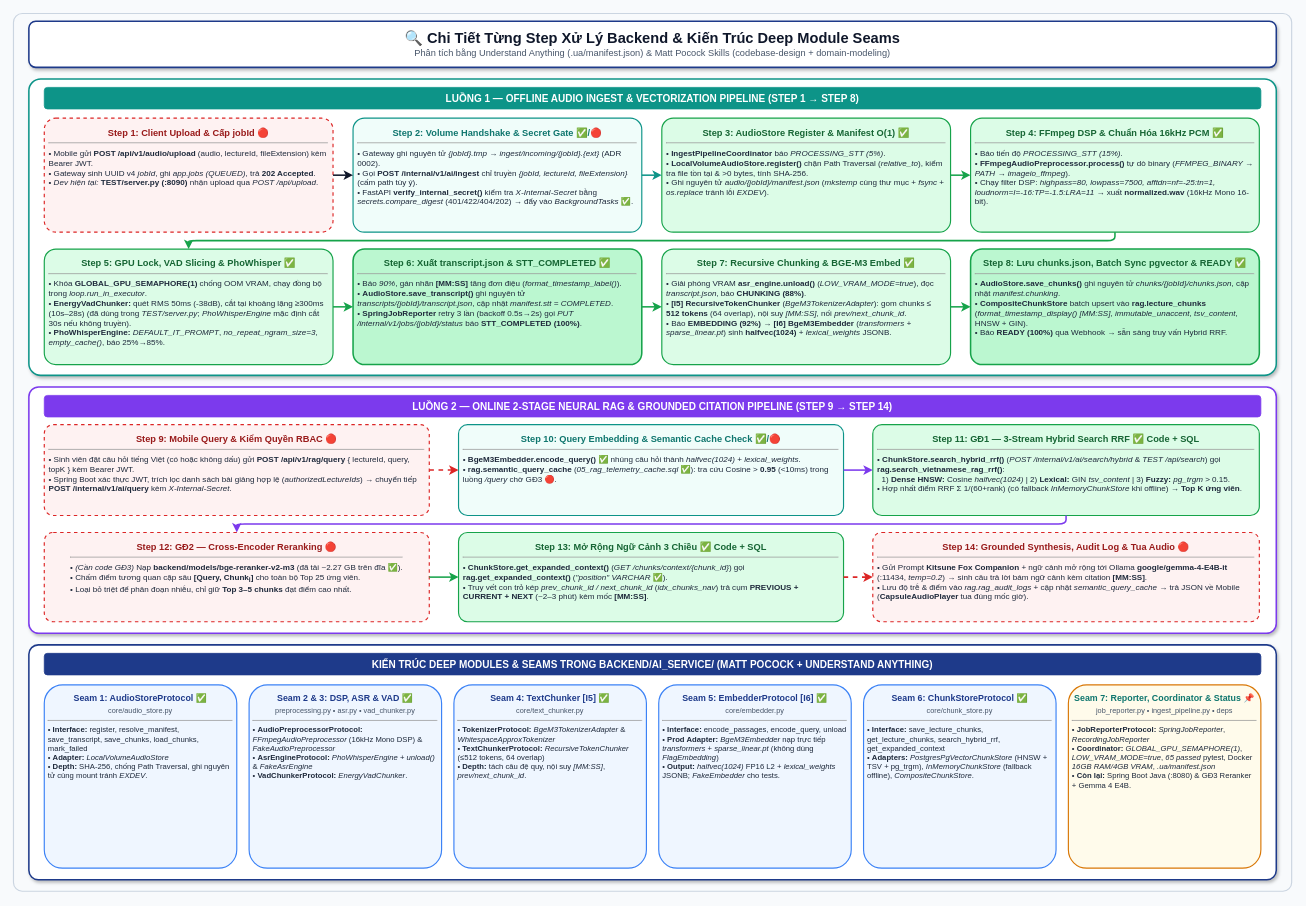
The draw.io diagram page "2. Chi Tiết Từng Step & Deep Modules" (2 of 2) of docs/KienTrucHeThong.drawio in cthanhdev/Lecture_Lens, before the edit. Source tidied: cells renumbered, new cells numbered last; positions are measured from the earlier drawing's top-left corner, leaving out a move shared by most shapes. Both pictures are drawn from the tidied source at 77%, with x=0, y=0 at pixel (13, 13).
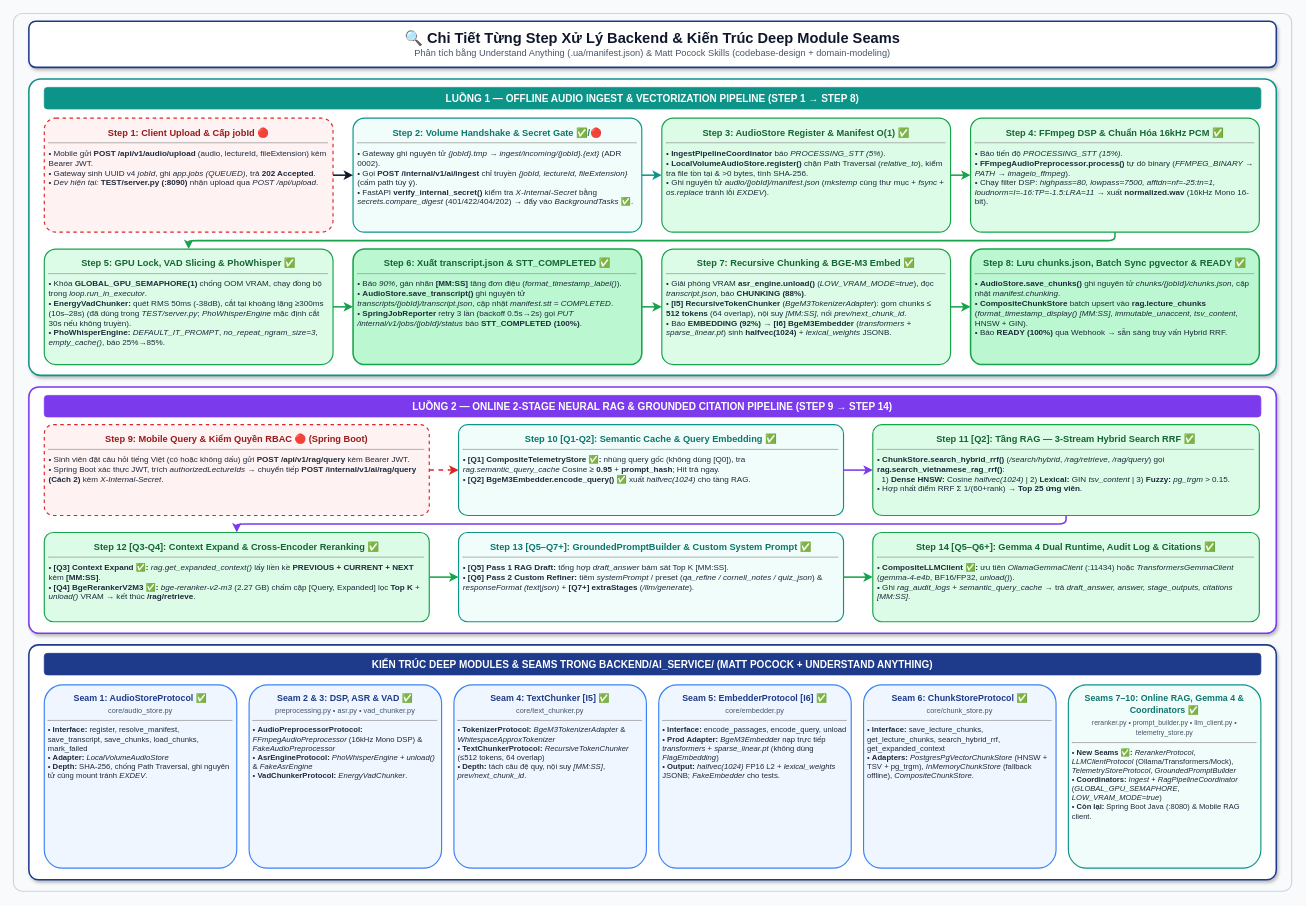
The same page after the edit.

The edit, as a diff of the source:
```diff
@@
-    <mxCell id="23" value="&lt;b style=&quot;color:#991B1B; font-size:12px;&quot;&gt;Step 9: Mobile Query &amp;amp; Kiểm Quyền RBAC 🔴&lt;/b&gt;&lt;hr size=&quot;1&quot;/&gt;&lt;div style=&quot;text-align:left; font-size:10.5px; color:#1E293B;&quot;&gt;&amp;bull; Sinh viên đặt câu hỏi tiếng Việt (có hoặc không dấu) gửi &lt;b&gt;POST /api/v1/rag/query&lt;/b&gt; { lectureId, query, topK } kèm Bearer JWT.&lt;br/&gt;&amp;bull; Spring Boot xác thực JWT, trích lọc danh sách bài giảng hợp lệ (&lt;i&gt;authorizedLectureIds&lt;/i&gt;) &amp;rarr; chuyển tiếp &lt;b&gt;POST /internal/v1/ai/query&lt;/b&gt; kèm &lt;i&gt;X-Internal-Secret&lt;/i&gt;.&lt;/div&gt;" style="rounded=1;whiteSpace=wrap;html=1;fillColor=#FEF2F2;strokeColor=#DC2626;strokeWidth=1.5;dashed=1;arcSize=10;spacing=7;verticalAlign=top;" parent="1" vertex="1">
+    <mxCell id="23" value="&lt;b style=&quot;color:#991B1B; font-size:12px;&quot;&gt;Step 9: Mobile Query &amp;amp; Kiểm Quyền RBAC 🔴 (Spring Boot)&lt;/b&gt;&lt;hr size=&quot;1&quot;/&gt;&lt;div style=&quot;text-align:left; font-size:10.5px; color:#1E293B;&quot;&gt;&amp;bull; Sinh viên đặt câu hỏi tiếng Việt (có hoặc không dấu) gửi &lt;b&gt;POST /api/v1/rag/query&lt;/b&gt; kèm Bearer JWT.&lt;br/&gt;&amp;bull; Spring Boot xác thực JWT, trích &lt;i&gt;authorizedLectureIds&lt;/i&gt; &amp;rarr; chuyển tiếp &lt;b&gt;POST /internal/v1/ai/rag/query (Cách 2)&lt;/b&gt; kèm &lt;i&gt;X-Internal-Secret&lt;/i&gt;.&lt;/div&gt;" style="rounded=1;whiteSpace=wrap;html=1;fillColor=#FEF2F2;strokeColor=#DC2626;strokeWidth=1.5;dashed=1;arcSize=10;spacing=7;verticalAlign=top;" parent="1" vertex="1">
       <mxGeometry x="40" y="534" width="500" height="118" as="geometry" />
     </mxCell>
-    <mxCell id="24" value="&lt;b style=&quot;color:#0F766E; font-size:12px;&quot;&gt;Step 10: Query Embedding &amp;amp; Semantic Cache Check ✅/🔴&lt;/b&gt;&lt;hr size=&quot;1&quot;/&gt;&lt;div style=&quot;text-align:left; font-size:10.5px; color:#1E293B;&quot;&gt;&amp;bull; &lt;b&gt;BgeM3Embedder.encode_query() ✅&lt;/b&gt; nhúng câu hỏi thành &lt;i&gt;halfvec(1024)&lt;/i&gt; + &lt;i&gt;lexical_weights&lt;/i&gt;.&lt;br/&gt;&amp;bull; &lt;b&gt;rag.semantic_query_cache&lt;/b&gt; (&lt;i&gt;05_rag_telemetry_cache.sql&lt;/i&gt; ✅): tra cứu Cosine &amp;gt; &lt;b&gt;0.95&lt;/b&gt; (&amp;lt;10ms) trong luồng &lt;i&gt;/query&lt;/i&gt; chờ GĐ3 🔴.&lt;/div&gt;" style="rounded=1;whiteSpace=wrap;html=1;fillColor=#F0FDFA;strokeColor=#0D9488;strokeWidth=1.5;arcSize=10;spacing=7;verticalAlign=top;" parent="1" vertex="1">
+    <mxCell id="24" value="&lt;b style=&quot;color:#0F766E; font-size:12px;&quot;&gt;Step 10 [Q1-Q2]: Semantic Cache &amp;amp; Query Embedding ✅&lt;/b&gt;&lt;hr size=&quot;1&quot;/&gt;&lt;div style=&quot;text-align:left; font-size:10.5px; color:#1E293B;&quot;&gt;&amp;bull; &lt;b&gt;[Q1] CompositeTelemetryStore ✅:&lt;/b&gt; nhúng query gốc (không dùng [Q0]), tra &lt;i&gt;rag.semantic_query_cache&lt;/i&gt; Cosine &amp;ge; &lt;b&gt;0.95&lt;/b&gt; + &lt;b&gt;prompt_hash&lt;/b&gt;; Hit trả ngay.&lt;br/&gt;&amp;bull; &lt;b&gt;[Q2] BgeM3Embedder.encode_query() ✅&lt;/b&gt; xuất &lt;i&gt;halfvec(1024)&lt;/i&gt; cho tầng RAG.&lt;/div&gt;" style="rounded=1;whiteSpace=wrap;html=1;fillColor=#F0FDFA;strokeColor=#0D9488;strokeWidth=1.5;arcSize=10;spacing=7;verticalAlign=top;" parent="1" vertex="1">
       <mxGeometry x="578" y="534" width="500" height="118" as="geometry" />
     </mxCell>
-    <mxCell id="25" value="&lt;b style=&quot;color:#166534; font-size:12px;&quot;&gt;Step 11: GĐ1 — 3-Stream Hybrid Search RRF ✅ Code + SQL&lt;/b&gt;&lt;hr size=&quot;1&quot;/&gt;&lt;div style=&quot;text-align:left; font-size:10.5px; color:#1E293B;&quot;&gt;&amp;bull; &lt;b&gt;ChunkStore.search_hybrid_rrf()&lt;/b&gt; (&lt;i&gt;POST /internal/v1/ai/search/hybrid&lt;/i&gt; &amp;amp; &lt;i&gt;TEST /api/search&lt;/i&gt;) gọi &lt;b&gt;rag.search_vietnamese_rag_rrf()&lt;/b&gt;:&lt;br/&gt;&amp;nbsp;&amp;nbsp;1) &lt;b&gt;Dense HNSW:&lt;/b&gt; Cosine &lt;i&gt;halfvec(1024)&lt;/i&gt; | 2) &lt;b&gt;Lexical:&lt;/b&gt; GIN &lt;i&gt;tsv_content&lt;/i&gt; | 3) &lt;b&gt;Fuzzy:&lt;/b&gt; &lt;i&gt;pg_trgm&lt;/i&gt; &amp;gt; 0.15.&lt;br/&gt;&amp;bull; Hợp nhất điểm RRF &amp;Sigma; 1/(60+rank) (có fallback &lt;i&gt;InMemoryChunkStore&lt;/i&gt; khi offline) &amp;rarr; &lt;b&gt;Top K ứng viên&lt;/b&gt;.&lt;/div&gt;" style="rounded=1;whiteSpace=wrap;html=1;fillColor=#DCFCE7;strokeColor=#16A34A;strokeWidth=1.5;arcSize=10;spacing=7;verticalAlign=top;" parent="1" vertex="1">
+    <mxCell id="25" value="&lt;b style=&quot;color:#166534; font-size:12px;&quot;&gt;Step 11 [Q2]: Tầng RAG — 3-Stream Hybrid Search RRF ✅&lt;/b&gt;&lt;hr size=&quot;1&quot;/&gt;&lt;div style=&quot;text-align:left; font-size:10.5px; color:#1E293B;&quot;&gt;&amp;bull; &lt;b&gt;ChunkStore.search_hybrid_rrf()&lt;/b&gt; (&lt;i&gt;/search/hybrid&lt;/i&gt;, &lt;i&gt;/rag/retrieve&lt;/i&gt;, &lt;i&gt;/rag/query&lt;/i&gt;) gọi &lt;b&gt;rag.search_vietnamese_rag_rrf()&lt;/b&gt;:&lt;br/&gt;&amp;nbsp;&amp;nbsp;1) &lt;b&gt;Dense HNSW:&lt;/b&gt; Cosine &lt;i&gt;halfvec(1024)&lt;/i&gt; | 2) &lt;b&gt;Lexical:&lt;/b&gt; GIN &lt;i&gt;tsv_content&lt;/i&gt; | 3) &lt;b&gt;Fuzzy:&lt;/b&gt; &lt;i&gt;pg_trgm&lt;/i&gt; &amp;gt; 0.15.&lt;br/&gt;&amp;bull; Hợp nhất điểm RRF &amp;Sigma; 1/(60+rank) &amp;rarr; &lt;b&gt;Top 25 ứng viên&lt;/b&gt;.&lt;/div&gt;" style="rounded=1;whiteSpace=wrap;html=1;fillColor=#DCFCE7;strokeColor=#16A34A;strokeWidth=1.5;arcSize=10;spacing=7;verticalAlign=top;" parent="1" vertex="1">
       <mxGeometry x="1116" y="534" width="502" height="118" as="geometry" />
     </mxCell>
-    <mxCell id="26" value="&lt;b style=&quot;color:#991B1B; font-size:12px;&quot;&gt;Step 12: GĐ2 — Cross-Encoder Reranking 🔴&lt;/b&gt;&lt;hr size=&quot;1&quot;/&gt;&lt;div style=&quot;text-align:left; font-size:10.5px; color:#1E293B;&quot;&gt;&amp;bull; &lt;i&gt;(Cần code GĐ3)&lt;/i&gt; Nạp &lt;b&gt;backend/models/bge-reranker-v2-m3&lt;/b&gt; (đã tải ~2.27 GB trên đĩa ✅).&lt;br/&gt;&amp;bull; Chấm điểm tương quan cặp sâu &lt;b&gt;[Query, Chunk&lt;sub&gt;i&lt;/sub&gt;]&lt;/b&gt; cho toàn bộ Top 25 ứng viên.&lt;br/&gt;&amp;bull; Loại bỏ triệt để phân đoạn nhiễu, chỉ giữ &lt;b&gt;Top 3&amp;ndash;5 chunks&lt;/b&gt; đạt điểm cao nhất.&lt;/div&gt;" style="rounded=1;whiteSpace=wrap;html=1;fillColor=#FEF2F2;strokeColor=#DC2626;strokeWidth=1.5;dashed=1;arcSize=10;spacing=7;verticalAlign=top;" parent="1" vertex="1">
+    <mxCell id="26" value="&lt;b style=&quot;color:#166534; font-size:12px;&quot;&gt;Step 12 [Q3-Q4]: Context Expand &amp;amp; Cross-Encoder Reranking ✅&lt;/b&gt;&lt;hr size=&quot;1&quot;/&gt;&lt;div style=&quot;text-align:left; font-size:10.5px; color:#1E293B;&quot;&gt;&amp;bull; &lt;b&gt;[Q3] Context Expand ✅:&lt;/b&gt; &lt;i&gt;rag.get_expanded_context()&lt;/i&gt; lấy liền kề &lt;b&gt;PREVIOUS + CURRENT + NEXT&lt;/b&gt; kèm &lt;b&gt;[MM:SS]&lt;/b&gt;.&lt;br/&gt;&amp;bull; &lt;b&gt;[Q4] BgeRerankerV2M3 ✅:&lt;/b&gt; &lt;i&gt;bge-reranker-v2-m3&lt;/i&gt; (2.27 GB) chấm cặp [Query, Expanded] lọc &lt;b&gt;Top K&lt;/b&gt; + &lt;i&gt;unload()&lt;/i&gt; VRAM &amp;rarr; kết thúc &lt;b&gt;/rag/retrieve&lt;/b&gt;.&lt;/div&gt;" style="rounded=1;whiteSpace=wrap;html=1;fillColor=#DCFCE7;strokeColor=#16A34A;strokeWidth=1.5;arcSize=10;spacing=7;verticalAlign=top;" parent="1" vertex="1">
       <mxGeometry x="40" y="674" width="500" height="116" as="geometry" />
     </mxCell>
-    <mxCell id="27" value="&lt;b style=&quot;color:#166534; font-size:12px;&quot;&gt;Step 13: Mở Rộng Ngữ Cảnh 3 Chiều ✅ Code + SQL&lt;/b&gt;&lt;hr size=&quot;1&quot;/&gt;&lt;div style=&quot;text-align:left; font-size:10.5px; color:#1E293B;&quot;&gt;&amp;bull; &lt;b&gt;ChunkStore.get_expanded_context()&lt;/b&gt; (&lt;i&gt;GET /chunks/context/{chunk_id}&lt;/i&gt;) gọi &lt;b&gt;rag.get_expanded_context()&lt;/b&gt; (&lt;i&gt;&quot;position&quot; VARCHAR&lt;/i&gt; ✅).&lt;br/&gt;&amp;bull; Truy vết con trỏ kép &lt;i&gt;prev_chunk_id / next_chunk_id&lt;/i&gt; (&lt;i&gt;idx_chunks_nav&lt;/i&gt;) trả cụm &lt;b&gt;PREVIOUS + CURRENT + NEXT&lt;/b&gt; (~2&amp;ndash;3 phút) kèm mốc &lt;b&gt;[MM:SS]&lt;/b&gt;.&lt;/div&gt;" style="rounded=1;whiteSpace=wrap;html=1;fillColor=#DCFCE7;strokeColor=#16A34A;strokeWidth=1.5;arcSize=10;spacing=7;verticalAlign=top;" parent="1" vertex="1">
+    <mxCell id="27" value="&lt;b style=&quot;color:#0F766E; font-size:12px;&quot;&gt;Step 13 [Q5–Q7+]: GroundedPromptBuilder &amp;amp; Custom System Prompt ✅&lt;/b&gt;&lt;hr size=&quot;1&quot;/&gt;&lt;div style=&quot;text-align:left; font-size:10.5px; color:#1E293B;&quot;&gt;&amp;bull; &lt;b&gt;[Q5] Pass 1 RAG Draft:&lt;/b&gt; tổng hợp &lt;i&gt;draft_answer&lt;/i&gt; bám sát Top K [MM:SS].&lt;br/&gt;&amp;bull; &lt;b&gt;[Q6] Pass 2 Custom Refiner:&lt;/b&gt; tiêm &lt;i&gt;systemPrompt&lt;/i&gt; / preset (&lt;i&gt;qa_refine / cornell_notes / quiz_json&lt;/i&gt;) &amp;amp; &lt;i&gt;responseFormat (text|json)&lt;/i&gt; + &lt;b&gt;[Q7+] extraStages&lt;/b&gt; (&lt;i&gt;/llm/generate&lt;/i&gt;).&lt;/div&gt;" style="rounded=1;whiteSpace=wrap;html=1;fillColor=#F0FDFA;strokeColor=#0D9488;strokeWidth=1.5;arcSize=10;spacing=7;verticalAlign=top;" parent="1" vertex="1">
       <mxGeometry x="578" y="674" width="500" height="116" as="geometry" />
     </mxCell>
-    <mxCell id="28" value="&lt;b style=&quot;color:#991B1B; font-size:12px;&quot;&gt;Step 14: Grounded Synthesis, Audit Log &amp;amp; Tua Audio 🔴&lt;/b&gt;&lt;hr size=&quot;1&quot;/&gt;&lt;div style=&quot;text-align:left; font-size:10.5px; color:#1E293B;&quot;&gt;&amp;bull; Gửi Prompt &lt;b&gt;Kitsune Fox Companion&lt;/b&gt; + ngữ cảnh mở rộng tới Ollama &lt;b&gt;google/gemma-4-E4B-it&lt;/b&gt; (:11434, &lt;i&gt;temp=0.2&lt;/i&gt;) &amp;rarr; sinh câu trả lời bám ngữ cảnh kèm citation &lt;b&gt;[MM:SS]&lt;/b&gt;.&lt;br/&gt;&amp;bull; Lưu độ trễ &amp;amp; điểm vào &lt;i&gt;rag.rag_audit_logs&lt;/i&gt; + cập nhật &lt;i&gt;semantic_query_cache&lt;/i&gt; &amp;rarr; trả JSON về Mobile (&lt;b&gt;CapsuleAudioPlayer&lt;/b&gt; tua đúng mốc giờ).&lt;/div&gt;" style="rounded=1;whiteSpace=wrap;html=1;fillColor=#FEF2F2;strokeColor=#DC2626;strokeWidth=1.5;dashed=1;arcSize=10;spacing=7;verticalAlign=top;" parent="1" vertex="1">
+    <mxCell id="28" value="&lt;b style=&quot;color:#166534; font-size:12px;&quot;&gt;Step 14 [Q5–Q6+]: Gemma 4 Dual Runtime, Audit Log &amp;amp; Citations ✅&lt;/b&gt;&lt;hr size=&quot;1&quot;/&gt;&lt;div style=&quot;text-align:left; font-size:10.5px; color:#1E293B;&quot;&gt;&amp;bull; &lt;b&gt;CompositeLLMClient ✅:&lt;/b&gt; ưu tiên &lt;i&gt;OllamaGemmaClient&lt;/i&gt; (:11434) hoặc &lt;i&gt;TransformersGemmaClient&lt;/i&gt; (&lt;i&gt;gemma-4-e4b&lt;/i&gt;, BF16/FP32, &lt;i&gt;unload()&lt;/i&gt;).&lt;br/&gt;&amp;bull; Ghi &lt;i&gt;rag_audit_logs&lt;/i&gt; + &lt;i&gt;semantic_query_cache&lt;/i&gt; &amp;rarr; trả &lt;i&gt;draft_answer, answer, stage_outputs, citations [MM:SS]&lt;/i&gt;.&lt;/div&gt;" style="rounded=1;whiteSpace=wrap;html=1;fillColor=#DCFCE7;strokeColor=#16A34A;strokeWidth=1.5;arcSize=10;spacing=7;verticalAlign=top;" parent="1" vertex="1">
       <mxGeometry x="1116" y="674" width="502" height="116" as="geometry" />
     </mxCell>
@@
-    <mxCell id="33" style="endArrow=classic;html=1;strokeColor=#DC2626;strokeWidth=2;dashed=1;" parent="1" edge="1" source="27" target="28">
+    <mxCell id="33" style="endArrow=classic;html=1;strokeColor=#16A34A;strokeWidth=2;" parent="1" edge="1" source="27" target="28">
       <mxGeometry relative="1" as="geometry" />
     </mxCell>
@@
-    <mxCell id="41" value="&lt;b style=&quot;color:#0F766E; font-size:11.5px;&quot;&gt;Seam 7: Reporter, Coordinator &amp;amp; Status 📌&lt;/b&gt;&lt;br/&gt;&lt;span style=&quot;font-size:9.5px; color:#475569;&quot;&gt;job_reporter.py &amp;bull; ingest_pipeline.py &amp;bull; deps&lt;/span&gt;&lt;hr size=&quot;1&quot;/&gt;&lt;div style=&quot;text-align:left; font-size:10px; color:#1E293B;&quot;&gt;&amp;bull; &lt;b&gt;JobReporterProtocol:&lt;/b&gt; &lt;i&gt;SpringJobReporter&lt;/i&gt;, &lt;i&gt;RecordingJobReporter&lt;/i&gt;&lt;br/&gt;&amp;bull; &lt;b&gt;Coordinator:&lt;/b&gt; &lt;i&gt;GLOBAL_GPU_SEMAPHORE(1)&lt;/i&gt;, &lt;i&gt;LOW_VRAM_MODE=true&lt;/i&gt;, &lt;i&gt;65 passed&lt;/i&gt; pytest, Docker &lt;i&gt;16GB RAM/4GB VRAM&lt;/i&gt;, &lt;i&gt;.ua/manifest.json&lt;/i&gt;&lt;br/&gt;&amp;bull; &lt;b&gt;Còn lại:&lt;/b&gt; Spring Boot Java (:8080) &amp;amp; GĐ3 Reranker + Gemma 4 E4B.&lt;/div&gt;" style="rounded=1;whiteSpace=wrap;html=1;fillColor=#FFFBEB;strokeColor=#D97706;strokeWidth=1.5;arcSize=10;spacing=6;verticalAlign=top;" parent="1" vertex="1">
+    <mxCell id="41" value="&lt;b style=&quot;color:#0F766E; font-size:11.5px;&quot;&gt;Seams 7–10: Online RAG, Gemma 4 &amp;amp; Coordinators ✅&lt;/b&gt;&lt;br/&gt;&lt;span style=&quot;font-size:9px; color:#475569;&quot;&gt;reranker.py &amp;bull; prompt_builder.py &amp;bull; llm_client.py &amp;bull; telemetry_store.py&lt;/span&gt;&lt;hr size=&quot;1&quot;/&gt;&lt;div style=&quot;text-align:left; font-size:9.8px; color:#1E293B;&quot;&gt;&amp;bull; &lt;b&gt;New Seams ✅:&lt;/b&gt; &lt;i&gt;RerankerProtocol&lt;/i&gt;, &lt;i&gt;LLMClientProtocol&lt;/i&gt; (Ollama/Transformers/Mock), &lt;i&gt;TelemetryStoreProtocol&lt;/i&gt;, &lt;i&gt;GroundedPromptBuilder&lt;/i&gt;&lt;br/&gt;&amp;bull; &lt;b&gt;Coordinators:&lt;/b&gt; &lt;i&gt;Ingest&lt;/i&gt; + &lt;i&gt;RagPipelineCoordinator&lt;/i&gt; (&lt;i&gt;GLOBAL_GPU_SEMAPHORE&lt;/i&gt;, &lt;i&gt;LOW_VRAM_MODE=true&lt;/i&gt;)&lt;br/&gt;&amp;bull; &lt;b&gt;Còn lại:&lt;/b&gt; Spring Boot Java (:8080) &amp;amp; Mobile RAG client.&lt;/div&gt;" style="rounded=1;whiteSpace=wrap;html=1;fillColor=#F0FDFA;strokeColor=#0D9488;strokeWidth=1.5;arcSize=10;spacing=6;verticalAlign=top;" parent="1" vertex="1">
       <mxGeometry x="1370" y="872" width="250" height="238" as="geometry" />
     </mxCell>
```
